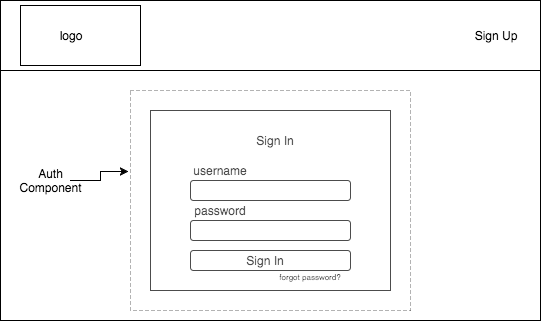
Before: docs/wireframes/sign_in.png, a diagram exported from draw.io (sofbot/trackster). Source tidied: cells renumbered, new cells last; positions are measured from the earlier drawing's top-left corner, leaving out a move shared by most shapes.
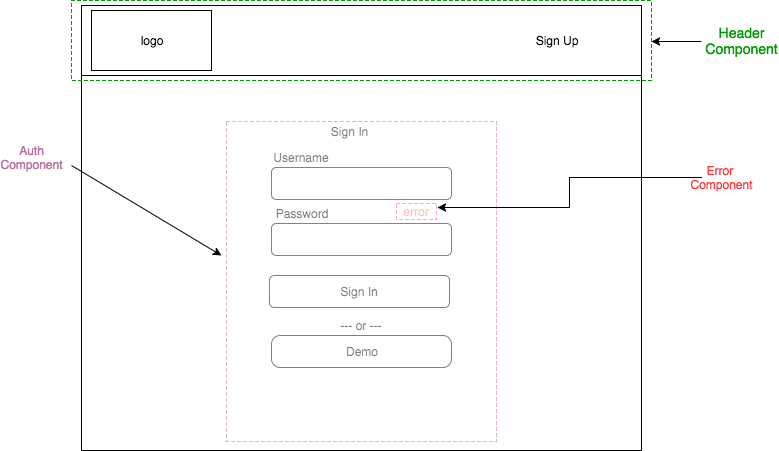
After the change.

The edit, as a diff of the source:
```diff
@@ -2,56 +2,88 @@
   <root>
     <mxCell id="0" />
     <mxCell id="1" parent="0" />
-    <mxCell id="2" style="whiteSpace=wrap;html=1;fontColor=#000000;" parent="1" vertex="1">
-      <mxGeometry width="540" height="320" as="geometry" />
-    </mxCell>
-    <mxCell id="3" style="whiteSpace=wrap;html=1;fontColor=#000000;" parent="1" vertex="1">
-      <mxGeometry width="540" height="70" as="geometry" />
-    </mxCell>
-    <mxCell id="4" style="whiteSpace=wrap;html=1;fontColor=#000000;" parent="1" vertex="1">
-      <mxGeometry x="150" y="110" width="240" height="180" as="geometry" />
-    </mxCell>
-    <mxCell id="5" style="whiteSpace=wrap;html=1;fontColor=#000000;" parent="1" vertex="1">
-      <mxGeometry x="20" y="5" width="120" height="60" as="geometry" />
-    </mxCell>
+    <mxCell id="19" style="whiteSpace=wrap;html=1;" parent="1" vertex="1">
+      <mxGeometry x="50" y="70" width="560" height="445" as="geometry" />
+    </mxCell>
+    <mxCell id="20" style="whiteSpace=wrap;html=1;" parent="1" vertex="1">
+      <mxGeometry x="50" y="70" width="560" height="70" as="geometry" />
+    </mxCell>
+    <mxCell id="21" style="whiteSpace=wrap;html=1;" parent="1" vertex="1">
+      <mxGeometry x="60" y="75" width="120" height="60" as="geometry" />
+    </mxCell>
-    <mxCell id="6" value="logo" style="text;html=1;strokeColor=none;fillColor=none;align=center;verticalAlign=middle;whiteSpace=wrap;dashed=1;fontColor=#000000;" parent="1" vertex="1">
-      <mxGeometry x="50" y="25" width="40" height="20" as="geometry" />
+    <mxCell id="6" value="logo" style="text;html=1;strokeColor=none;fillColor=none;align=center;verticalAlign=middle;whiteSpace=wrap;" parent="1" vertex="1">
+      <mxGeometry x="100" y="95" width="40" height="20" as="geometry" />
     </mxCell>
-    <mxCell id="7" value="Sign Up" style="text;html=1;strokeColor=none;fillColor=none;align=center;verticalAlign=middle;whiteSpace=wrap;dashed=1;fontColor=#000000;" parent="1" vertex="1">
-      <mxGeometry x="470" y="25" width="50" height="20" as="geometry" />
+    <mxCell id="7" value="Sign Up" style="text;html=1;strokeColor=none;fillColor=none;align=center;verticalAlign=middle;whiteSpace=wrap;" parent="1" vertex="1">
+      <mxGeometry x="490" y="95" width="70" height="20" as="geometry" />
     </mxCell>
-    <mxCell id="8" style="rounded=1;whiteSpace=wrap;html=1;fontColor=#000000;" parent="1" vertex="1">
-      <mxGeometry x="190" y="180" width="160" height="20" as="geometry" />
-    </mxCell>
-    <mxCell id="9" style="rounded=1;whiteSpace=wrap;html=1;fontColor=#000000;" parent="1" vertex="1">
-      <mxGeometry x="190" y="250" width="160" height="20" as="geometry" />
-    </mxCell>
-    <mxCell id="10" value="username" style="text;html=1;strokeColor=none;fillColor=none;align=center;verticalAlign=middle;whiteSpace=wrap;fontColor=#000000;" parent="1" vertex="1">
-      <mxGeometry x="200" y="160" width="40" height="20" as="geometry" />
-    </mxCell>
-    <mxCell id="11" value="Sign In" style="text;html=1;strokeColor=none;fillColor=none;align=center;verticalAlign=middle;whiteSpace=wrap;fontColor=#000000;" parent="1" vertex="1">
-      <mxGeometry x="240" y="250" width="50" height="20" as="geometry" />
-    </mxCell>
-    <mxCell id="12" value="&lt;font style=&quot;font-size: 8px&quot;&gt;forgot password?&lt;/font&gt;" style="text;html=1;strokeColor=none;fillColor=none;align=center;verticalAlign=middle;whiteSpace=wrap;fontColor=#000000;" parent="1" vertex="1">
-      <mxGeometry x="255" y="270" width="110" height="10" as="geometry" />
-    </mxCell>
-    <mxCell id="13" value="Sign In" style="text;html=1;strokeColor=none;fillColor=none;align=center;verticalAlign=middle;whiteSpace=wrap;fontColor=#000000;" parent="1" vertex="1">
-      <mxGeometry x="250" y="130" width="50" height="20" as="geometry" />
-    </mxCell>
-    <mxCell id="14" style="rounded=1;whiteSpace=wrap;html=1;fontColor=#000000;" parent="1" vertex="1">
-      <mxGeometry x="190" y="220" width="160" height="20" as="geometry" />
-    </mxCell>
-    <mxCell id="15" value="password" style="text;html=1;strokeColor=none;fillColor=none;align=center;verticalAlign=middle;whiteSpace=wrap;fontColor=#000000;" parent="1" vertex="1">
-      <mxGeometry x="200" y="200" width="40" height="20" as="geometry" />
-    </mxCell>
-    <mxCell id="16" style="whiteSpace=wrap;html=1;fontColor=#000000;opacity=30;dashed=1;" parent="1" vertex="1">
-      <mxGeometry x="130" y="90" width="280" height="220" as="geometry" />
-    </mxCell>
-    <mxCell id="17" style="edgeStyle=orthogonalEdgeStyle;rounded=0;html=1;entryX=-0.007;entryY=0.368;entryPerimeter=0;jettySize=auto;fontColor=#000000;" parent="1" edge="1" source="18" target="16">
-      <mxGeometry relative="1" as="geometry" />
-    </mxCell>
+    <mxCell id="22" style="rounded=1;whiteSpace=wrap;html=1;" parent="1" vertex="1">
+      <mxGeometry x="240" y="232" width="180" height="32" as="geometry" />
+    </mxCell>
+    <mxCell id="23" style="rounded=1;whiteSpace=wrap;html=1;" parent="1" vertex="1">
+      <mxGeometry x="240" y="288" width="180" height="32" as="geometry" />
+    </mxCell>
+    <mxCell id="24" value="Username" style="text;html=1;strokeColor=none;fillColor=none;align=center;verticalAlign=middle;whiteSpace=wrap;" parent="1" vertex="1">
+      <mxGeometry x="250" y="212" width="40" height="20" as="geometry" />
+    </mxCell>
+    <mxCell id="25" value="Password" style="text;html=1;strokeColor=none;fillColor=none;align=center;verticalAlign=middle;whiteSpace=wrap;" parent="1" vertex="1">
+      <mxGeometry x="240" y="268" width="60" height="20" as="geometry" />
+    </mxCell>
+    <mxCell id="26" style="rounded=1;whiteSpace=wrap;html=1;" parent="1" vertex="1">
+      <mxGeometry x="238" y="340" width="180" height="32" as="geometry" />
+    </mxCell>
+    <mxCell id="27" style="rounded=1;whiteSpace=wrap;html=1;arcSize=27;" parent="1" vertex="1">
+      <mxGeometry x="240" y="400" width="180" height="32" as="geometry" />
+    </mxCell>
+    <mxCell id="28" value="Sign In" style="text;html=1;strokeColor=none;fillColor=none;align=center;verticalAlign=middle;whiteSpace=wrap;" parent="1" vertex="1">
+      <mxGeometry x="303" y="346" width="50" height="20" as="geometry" />
+    </mxCell>
+    <mxCell id="29" value="--- or ---" style="text;html=1;strokeColor=none;fillColor=none;align=center;verticalAlign=middle;whiteSpace=wrap;" parent="1" vertex="1">
+      <mxGeometry x="305" y="380" width="50" height="20" as="geometry" />
+    </mxCell>
+    <mxCell id="30" value="Demo" style="text;html=1;strokeColor=none;fillColor=none;align=center;verticalAlign=middle;whiteSpace=wrap;direction=west;" parent="1" vertex="1">
+      <mxGeometry x="305" y="406" width="50" height="20" as="geometry" />
+    </mxCell>
+    <mxCell id="31" value="Sign In" style="text;html=1;strokeColor=none;fillColor=none;align=center;verticalAlign=middle;whiteSpace=wrap;" parent="1" vertex="1">
+      <mxGeometry x="250" y="186" width="135" height="20" as="geometry" />
+    </mxCell>
+    <mxCell id="32" value="error" style="text;html=1;strokeColor=none;fillColor=none;align=center;verticalAlign=middle;whiteSpace=wrap;fontColor=#FF3333;" parent="1" vertex="1">
+      <mxGeometry x="365" y="266" width="40" height="20" as="geometry" />
+    </mxCell>
-    <mxCell id="18" value="Auth Component" style="text;html=1;strokeColor=none;fillColor=none;align=center;verticalAlign=middle;whiteSpace=wrap;dashed=1;fontColor=#000000;" parent="1" vertex="1">
-      <mxGeometry x="30" y="170" width="40" height="20" as="geometry" />
+    <mxCell id="18" value="Auth Component" style="text;html=1;strokeColor=none;fillColor=none;align=center;verticalAlign=middle;whiteSpace=wrap;fontColor=#B5739D;" parent="1" vertex="1">
+      <mxGeometry x="-20" y="212" width="40" height="20" as="geometry" />
     </mxCell>
+    <mxCell id="33" style="whiteSpace=wrap;html=1;fontColor=#000000;dashed=1;opacity=50;strokeColor=#B5739D;" parent="1" vertex="1">
+      <mxGeometry x="195" y="186" width="270" height="320" as="geometry" />
+    </mxCell>
+    <mxCell id="34" style="endArrow=classic;html=1;fontColor=#000000;" parent="1" edge="1">
+      <mxGeometry relative="1" as="geometry">
+        <mxPoint x="40" y="230" as="sourcePoint" />
+        <mxPoint x="190" y="320" as="targetPoint" />
+      </mxGeometry>
+    </mxCell>
+    <mxCell id="35" style="edgeStyle=orthogonalEdgeStyle;rounded=0;html=1;entryX=1;entryY=0.25;jettySize=auto;fontSize=14;fontColor=#009900;" parent="1" edge="1" source="36" target="32">
+      <mxGeometry relative="1" as="geometry" />
+    </mxCell>
+    <mxCell id="36" value="Error&amp;nbsp;&lt;div&gt;Component&lt;/div&gt;" style="text;html=1;strokeColor=none;fillColor=none;align=center;verticalAlign=middle;whiteSpace=wrap;dashed=1;fontColor=#FF3333;" parent="1" vertex="1">
+      <mxGeometry x="670" y="232" width="40" height="20" as="geometry" />
+    </mxCell>
+    <mxCell id="37" style="whiteSpace=wrap;html=1;dashed=1;fontColor=#000000;opacity=40;strokeColor=#FF3333;" parent="1" vertex="1">
+      <mxGeometry x="365" y="268" width="40" height="16" as="geometry" />
+    </mxCell>
+    <mxCell id="38" style="whiteSpace=wrap;html=1;dashed=1;strokeColor=#009900;fillColor=none;fontSize=14;fontColor=#009900;" parent="1" vertex="1">
+      <mxGeometry x="40" y="65" width="580" height="80" as="geometry" />
+    </mxCell>
+    <mxCell id="39" style="edgeStyle=orthogonalEdgeStyle;rounded=0;html=1;exitX=1;exitY=0.5;entryX=1;entryY=0.5;jettySize=auto;orthogonalLoop=1;fontSize=14;fontColor=#009900;" parent="1" edge="1" source="7" target="7">
+      <mxGeometry relative="1" as="geometry" />
+    </mxCell>
+    <mxCell id="40" style="edgeStyle=orthogonalEdgeStyle;rounded=0;html=1;entryX=1;entryY=0.5;jettySize=auto;fontSize=14;fontColor=#009900;" parent="1" edge="1" target="38">
+      <mxGeometry relative="1" as="geometry">
+        <mxPoint x="670" y="106" as="sourcePoint" />
+      </mxGeometry>
+    </mxCell>
+    <mxCell id="41" value="Header Component" style="text;html=1;strokeColor=none;fillColor=none;align=center;verticalAlign=middle;whiteSpace=wrap;dashed=1;fontSize=14;fontColor=#009900;" parent="1" vertex="1">
+      <mxGeometry x="690" y="95" width="40" height="20" as="geometry" />
+    </mxCell>
   </root>
 </mxGraphModel>
```
